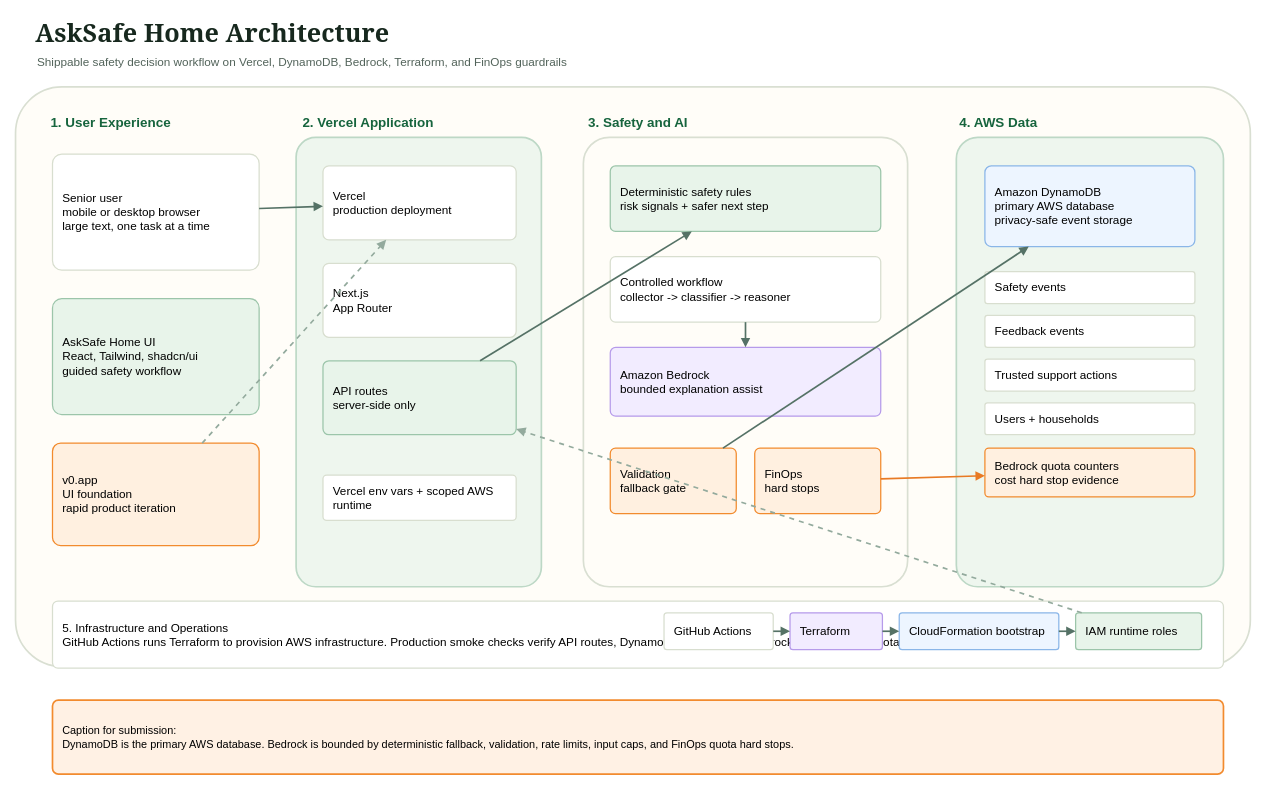
This is docs/assets/architecture/asksafe-home-architecture.drawio from sailing-together/asksafe-home, a draw.io file, before an edit. Source tidied: cells renumbered, new cells numbered last; positions are measured from the earlier drawing's top-left corner, leaving out a move shared by most shapes. Both pictures are drawn from the tidied source at 84%, with x=0, y=0 at pixel (15, 14).
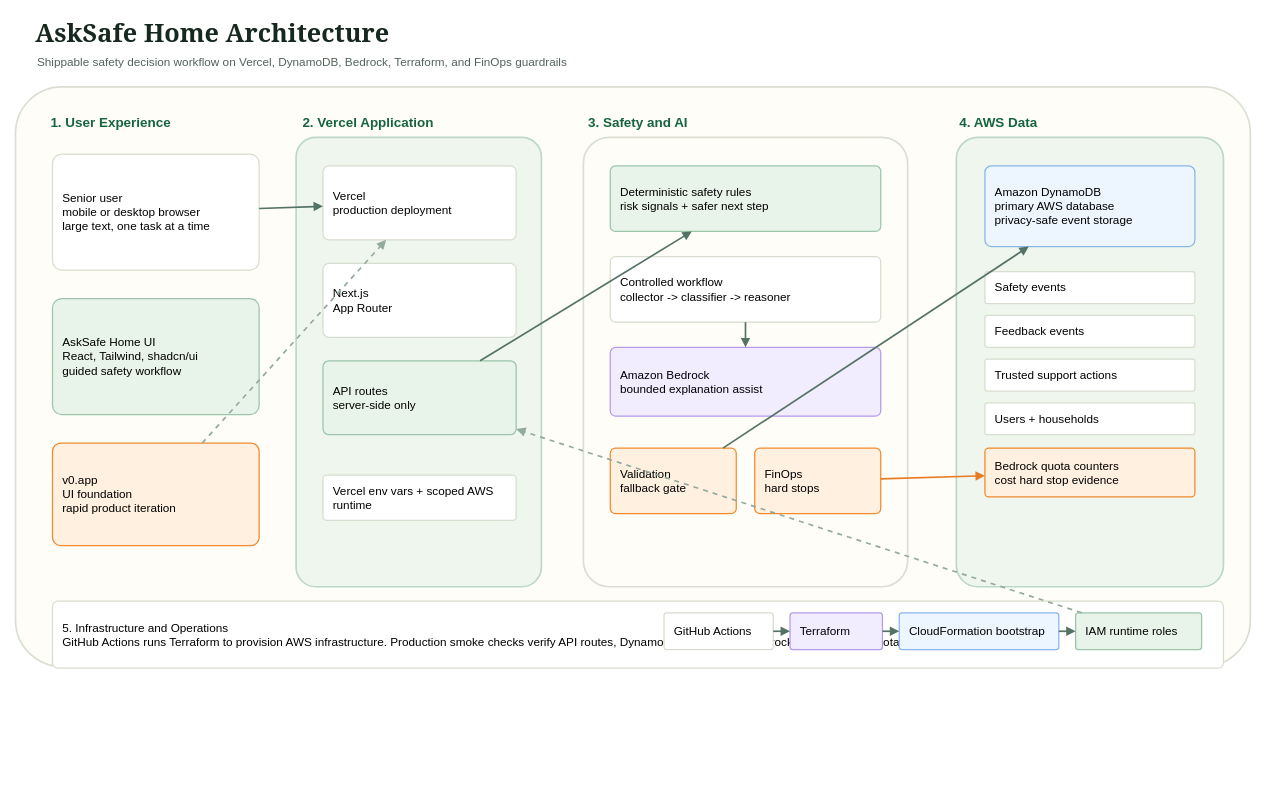
After the change.

Commit message (it also covers changes not shown here):
P7.52 Fix architecture diagram rendering layout

Change to the diagram source:
```diff
@@
-    <mxCell id="35" value="Caption for submission:&lt;br&gt;DynamoDB is the primary AWS database. Bedrock is bounded by deterministic fallback, validation, rate limits, input caps, and FinOps quota hard stops." style="rounded=1;whiteSpace=wrap;html=1;fillColor=#fff1e4;strokeColor=#f28b2e;strokeWidth=2;arcSize=8;fontFamily=Arial;fontSize=13;align=left;verticalAlign=middle;spacing=12;" parent="1" vertex="1">
-      <mxGeometry x="44" y="816" width="1394" height="88" as="geometry" />
-    </mxCell>
```
